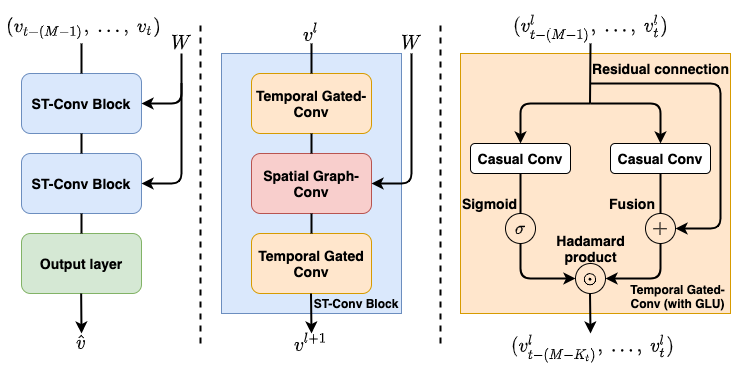
hazdzz/STGCN keeps this draw.io diagram as figure/stgcn_model_structure.png. Above is the earlier version. Source tidied: cells renumbered, new cells last; positions are measured from the earlier drawing's top-left corner, leaving out a move shared by most shapes.
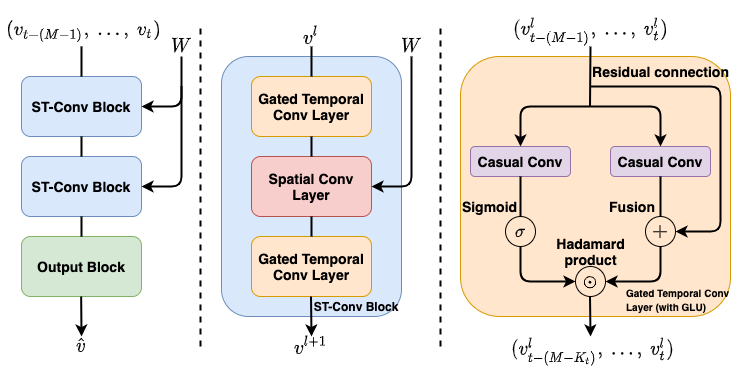
The same file after the commit.

Commit message:
improve the figure

The edit, as a diff of the source:
```diff
@@ -3,12 +3,12 @@
     <mxCell id="0" />
     <mxCell id="1" parent="0" />
     <mxCell id="2" style="group;" parent="1" vertex="1">
-      <mxGeometry width="733.2" height="350" as="geometry" />
+      <mxGeometry width="740" height="350" as="geometry" />
     </mxCell>
-    <mxCell id="3" style="rounded=0;whiteSpace=wrap;html=1;fillColor=#ffe6cc;strokeColor=#d79b00;" parent="2" vertex="1">
+    <mxCell id="3" style="rounded=1;whiteSpace=wrap;html=1;fillColor=#ffe6cc;strokeColor=#d79b00;" parent="2" vertex="1">
       <mxGeometry x="460" y="40" width="270" height="260" as="geometry" />
     </mxCell>
-    <mxCell id="4" style="rounded=0;whiteSpace=wrap;html=1;fillColor=#dae8fc;strokeColor=#6c8ebf;" parent="2" vertex="1">
+    <mxCell id="4" style="rounded=1;whiteSpace=wrap;html=1;fillColor=#dae8fc;strokeColor=#6c8ebf;" parent="2" vertex="1">
       <mxGeometry x="221" y="40" width="180" height="260" as="geometry" />
     </mxCell>
     <mxCell id="5" value="&lt;b&gt;&lt;font style=&quot;font-size: 14px&quot;&gt;ST-Conv Block&lt;/font&gt;&lt;/b&gt;" style="rounded=1;whiteSpace=wrap;html=1;fillColor=#dae8fc;strokeColor=#6c8ebf;" parent="2" vertex="1">
@@ -17,7 +17,7 @@
     <mxCell id="6" value="&lt;b&gt;&lt;font style=&quot;font-size: 14px&quot;&gt;ST-Conv Block&lt;/font&gt;&lt;/b&gt;" style="rounded=1;whiteSpace=wrap;html=1;fillColor=#dae8fc;strokeColor=#6c8ebf;" parent="2" vertex="1">
       <mxGeometry x="21" y="140" width="120" height="60" as="geometry" />
     </mxCell>
-    <mxCell id="7" value="&lt;b&gt;&lt;font style=&quot;font-size: 14px&quot;&gt;Output layer&lt;/font&gt;&lt;/b&gt;" style="rounded=1;whiteSpace=wrap;html=1;fillColor=#d5e8d4;strokeColor=#82b366;" parent="2" vertex="1">
+    <mxCell id="7" value="&lt;b&gt;&lt;font style=&quot;font-size: 14px&quot;&gt;Output Block&lt;/font&gt;&lt;/b&gt;" style="rounded=1;whiteSpace=wrap;html=1;fillColor=#d5e8d4;strokeColor=#82b366;" parent="2" vertex="1">
       <mxGeometry x="21" y="220" width="120" height="60" as="geometry" />
     </mxCell>
     <mxCell id="8" style="endArrow=none;dashed=1;html=1;strokeWidth=2;" parent="2" edge="1">
@@ -68,13 +68,13 @@
     <mxCell id="17" value="&lt;b&gt;&lt;font style=&quot;font-size: 16px&quot;&gt;$$\hat{v}$$&lt;/font&gt;&lt;/b&gt;" style="text;html=1;strokeColor=none;fillColor=none;align=center;verticalAlign=middle;whiteSpace=wrap;rounded=0;" parent="2" vertex="1">
       <mxGeometry x="61" y="320" width="40" height="20" as="geometry" />
     </mxCell>
-    <mxCell id="18" value="&lt;span style=&quot;font-size: 14px&quot;&gt;&lt;b&gt;Temporal Gated-Conv&lt;br&gt;&lt;/b&gt;&lt;/span&gt;" style="rounded=1;whiteSpace=wrap;html=1;fillColor=#ffe6cc;strokeColor=#d79b00;" parent="2" vertex="1">
+    <mxCell id="18" value="&lt;span style=&quot;font-size: 14px&quot;&gt;&lt;b&gt;Gated Temporal Conv Layer&lt;br&gt;&lt;/b&gt;&lt;/span&gt;" style="rounded=1;whiteSpace=wrap;html=1;fillColor=#ffe6cc;strokeColor=#d79b00;" parent="2" vertex="1">
       <mxGeometry x="251" y="60" width="120" height="60" as="geometry" />
     </mxCell>
-    <mxCell id="19" value="&lt;span style=&quot;font-size: 14px&quot;&gt;&lt;b&gt;Spatial Graph-Conv&lt;/b&gt;&lt;/span&gt;" style="rounded=1;whiteSpace=wrap;html=1;fillColor=#f8cecc;strokeColor=#b85450;" parent="2" vertex="1">
+    <mxCell id="19" value="&lt;span style=&quot;font-size: 14px&quot;&gt;&lt;b&gt;Spatial Conv Layer&lt;/b&gt;&lt;/span&gt;" style="rounded=1;whiteSpace=wrap;html=1;fillColor=#f8cecc;strokeColor=#b85450;" parent="2" vertex="1">
       <mxGeometry x="251" y="140" width="120" height="60" as="geometry" />
     </mxCell>
-    <mxCell id="20" value="&lt;span style=&quot;font-size: 14px&quot;&gt;&lt;b&gt;Temporal Gated Conv&lt;/b&gt;&lt;/span&gt;" style="rounded=1;whiteSpace=wrap;html=1;fillColor=#ffe6cc;strokeColor=#d79b00;" parent="2" vertex="1">
+    <mxCell id="20" value="&lt;span style=&quot;font-size: 14px&quot;&gt;&lt;b&gt;Gated Temporal Conv Layer&lt;/b&gt;&lt;/span&gt;" style="rounded=1;whiteSpace=wrap;html=1;fillColor=#ffe6cc;strokeColor=#d79b00;" parent="2" vertex="1">
       <mxGeometry x="251" y="220" width="120" height="60" as="geometry" />
     </mxCell>
     <mxCell id="21" style="line;strokeWidth=2;direction=south;html=1;" parent="2" vertex="1">
@@ -120,10 +120,10 @@
     <mxCell id="30" value="&lt;b&gt;&lt;font style=&quot;font-size: 12px&quot;&gt;ST-Conv Block&lt;/font&gt;&lt;/b&gt;" style="text;html=1;strokeColor=none;fillColor=none;align=center;verticalAlign=middle;whiteSpace=wrap;rounded=0;" parent="2" vertex="1">
       <mxGeometry x="306" y="280" width="100" height="20" as="geometry" />
     </mxCell>
-    <mxCell id="31" value="&lt;span style=&quot;font-size: 14px&quot;&gt;&lt;b&gt;Casual Conv&lt;/b&gt;&lt;/span&gt;" style="rounded=1;whiteSpace=wrap;html=1;" parent="2" vertex="1">
+    <mxCell id="31" value="&lt;span style=&quot;font-size: 14px&quot;&gt;&lt;b&gt;Casual Conv&lt;/b&gt;&lt;/span&gt;" style="rounded=1;whiteSpace=wrap;html=1;fillColor=#e1d5e7;strokeColor=#9673a6;" parent="2" vertex="1">
       <mxGeometry x="470" y="130" width="100" height="30" as="geometry" />
     </mxCell>
-    <mxCell id="32" value="&lt;span style=&quot;font-size: 14px&quot;&gt;&lt;b&gt;Casual Conv&lt;/b&gt;&lt;/span&gt;" style="rounded=1;whiteSpace=wrap;html=1;" parent="2" vertex="1">
+    <mxCell id="32" value="&lt;span style=&quot;font-size: 14px&quot;&gt;&lt;b&gt;Casual Conv&lt;/b&gt;&lt;/span&gt;" style="rounded=1;whiteSpace=wrap;html=1;fillColor=#e1d5e7;strokeColor=#9673a6;" parent="2" vertex="1">
       <mxGeometry x="610" y="130" width="100" height="30" as="geometry" />
     </mxCell>
     <mxCell id="33" value="&lt;font style=&quot;font-size: 14px&quot;&gt;$$\mathbf{\sigma}$$&lt;/font&gt;" style="ellipse;whiteSpace=wrap;html=1;rounded=0;fillColor=none;" parent="2" vertex="1">
@@ -200,8 +200,8 @@
     <mxCell id="46" value="&lt;b&gt;&lt;font style=&quot;font-size: 16px&quot;&gt;$$(v^l_{t-(M-K_t)},\ ...,\&amp;nbsp; v^l_t)$$&lt;/font&gt;&lt;/b&gt;" style="text;html=1;strokeColor=none;fillColor=none;align=center;verticalAlign=middle;whiteSpace=wrap;rounded=0;" parent="2" vertex="1">
       <mxGeometry x="535" y="320" width="115" height="30" as="geometry" />
     </mxCell>
-    <mxCell id="47" value="&lt;b&gt;Temporal Gated-Conv (with GLU)&lt;/b&gt;" style="text;html=1;strokeColor=none;fillColor=none;align=center;verticalAlign=middle;whiteSpace=wrap;rounded=0;" parent="2" vertex="1">
-      <mxGeometry x="625" y="266" width="105" height="34" as="geometry" />
+    <mxCell id="47" value="&lt;b&gt;&lt;font style=&quot;font-size: 10px&quot;&gt;Gated Temporal Conv Layer (with GLU)&lt;/font&gt;&lt;/b&gt;" style="text;html=1;strokeColor=none;fillColor=none;align=left;verticalAlign=middle;whiteSpace=wrap;rounded=0;" parent="2" vertex="1">
+      <mxGeometry x="624" y="266" width="106" height="34" as="geometry" />
     </mxCell>
     <mxCell id="48" value="&lt;font style=&quot;font-size: 14px&quot;&gt;&lt;b&gt;Sigmoid&lt;/b&gt;&lt;/font&gt;" style="text;html=1;strokeColor=none;fillColor=none;align=center;verticalAlign=middle;whiteSpace=wrap;rounded=0;" parent="2" vertex="1">
       <mxGeometry x="454" y="180" width="71" height="20" as="geometry" />
```
